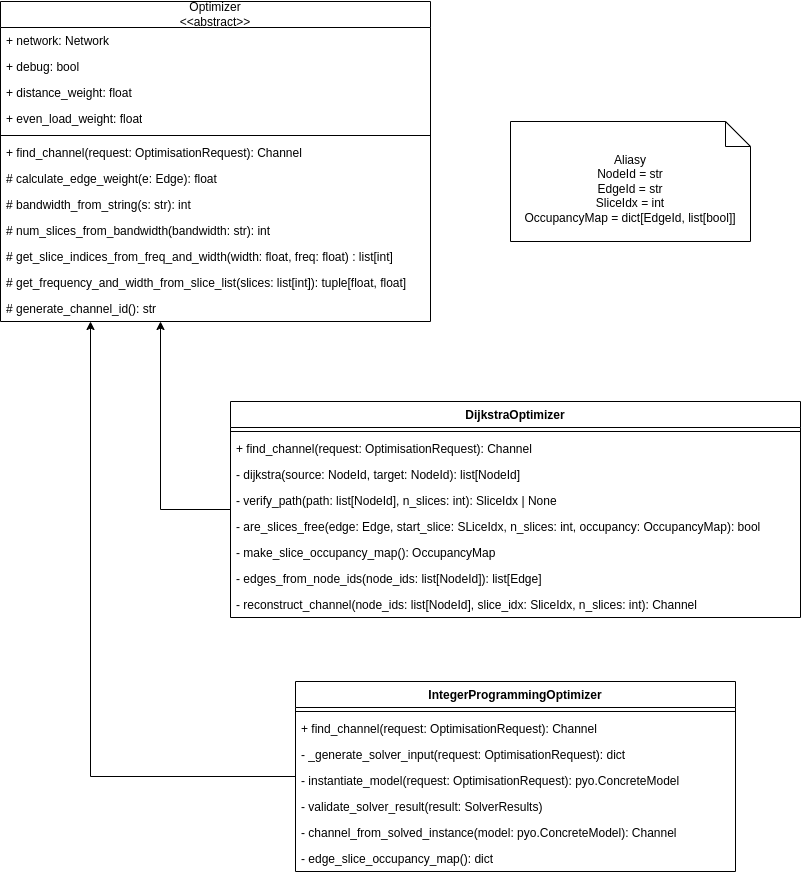
Earlier version of the draw.io export docs/diagrams/backend-optimization.drawio.png (mGarbowski/pzsp2-projekt). Source tidied: cells renumbered, new cells last; positions are measured from the earlier drawing's top-left corner, leaving out a move shared by most shapes. Its diagram source:
```xml
<mxGraphModel>
  <root>
    <mxCell id="0" />
    <mxCell id="1" parent="0" />
    <mxCell id="2" value="Optimizer&lt;div&gt;&amp;lt;&amp;lt;abstract&amp;gt;&amp;gt;&lt;/div&gt;" style="swimlane;fontStyle=0;horizontal=1;startSize=26;fillColor=none;whiteSpace=wrap;html=1;" parent="1" vertex="1">
      <mxGeometry width="430" height="320" as="geometry" />
    </mxCell>
    <mxCell id="3" value="+ network: Network" style="text;strokeColor=none;fillColor=none;align=left;verticalAlign=top;spacingLeft=4;spacingRight=4;overflow=hidden;whiteSpace=wrap;html=1;" parent="2" vertex="1">
      <mxGeometry y="26" width="430" height="26" as="geometry" />
    </mxCell>
    <mxCell id="4" value="+ debug: bool&lt;div&gt;&lt;br&gt;&lt;/div&gt;" style="text;strokeColor=none;fillColor=none;align=left;verticalAlign=top;spacingLeft=4;spacingRight=4;overflow=hidden;whiteSpace=wrap;html=1;" parent="2" vertex="1">
      <mxGeometry y="52" width="430" height="26" as="geometry" />
    </mxCell>
    <mxCell id="5" value="+ distance_weight: float" style="text;strokeColor=none;fillColor=none;align=left;verticalAlign=top;spacingLeft=4;spacingRight=4;overflow=hidden;whiteSpace=wrap;html=1;" parent="2" vertex="1">
      <mxGeometry y="78" width="430" height="26" as="geometry" />
    </mxCell>
    <mxCell id="6" value="+ even_load_weight: float" style="text;strokeColor=none;fillColor=none;align=left;verticalAlign=top;spacingLeft=4;spacingRight=4;overflow=hidden;whiteSpace=wrap;html=1;" parent="2" vertex="1">
      <mxGeometry y="104" width="430" height="26" as="geometry" />
    </mxCell>
    <mxCell id="7" style="line;strokeWidth=1;fillColor=none;align=left;verticalAlign=middle;spacingTop=-1;spacingLeft=3;spacingRight=3;labelPosition=right;strokeColor=inherit;" parent="2" vertex="1">
      <mxGeometry y="130" width="430" height="8" as="geometry" />
    </mxCell>
    <mxCell id="8" value="+ find_channel(request: OptimisationRequest): Channel" style="text;strokeColor=none;fillColor=none;align=left;verticalAlign=top;spacingLeft=4;spacingRight=4;overflow=hidden;whiteSpace=wrap;html=1;" parent="2" vertex="1">
      <mxGeometry y="138" width="430" height="26" as="geometry" />
    </mxCell>
    <mxCell id="9" value="# calculate_edge_weight(e: Edge): float" style="text;strokeColor=none;fillColor=none;align=left;verticalAlign=top;spacingLeft=4;spacingRight=4;overflow=hidden;whiteSpace=wrap;html=1;" parent="2" vertex="1">
      <mxGeometry y="164" width="430" height="26" as="geometry" />
    </mxCell>
    <mxCell id="10" value="# bandwidth_from_string(s: str): int" style="text;strokeColor=none;fillColor=none;align=left;verticalAlign=top;spacingLeft=4;spacingRight=4;overflow=hidden;whiteSpace=wrap;html=1;" parent="2" vertex="1">
      <mxGeometry y="190" width="430" height="26" as="geometry" />
    </mxCell>
    <mxCell id="11" value="# num_slices_from_bandwidth(bandwidth: str): int" style="text;strokeColor=none;fillColor=none;align=left;verticalAlign=top;spacingLeft=4;spacingRight=4;overflow=hidden;whiteSpace=wrap;html=1;" parent="2" vertex="1">
      <mxGeometry y="216" width="430" height="26" as="geometry" />
    </mxCell>
    <mxCell id="12" value="# get_slice_indices_from_freq_and_width(width: float, freq: float) : list[int]" style="text;strokeColor=none;fillColor=none;align=left;verticalAlign=top;spacingLeft=4;spacingRight=4;overflow=hidden;whiteSpace=wrap;html=1;" parent="2" vertex="1">
      <mxGeometry y="242" width="430" height="26" as="geometry" />
    </mxCell>
    <mxCell id="13" value="# get_frequency_and_width_from_slice_list(slices: list[int]): tuple[float, float]" style="text;strokeColor=none;fillColor=none;align=left;verticalAlign=top;spacingLeft=4;spacingRight=4;overflow=hidden;whiteSpace=wrap;html=1;" parent="2" vertex="1">
      <mxGeometry y="268" width="430" height="26" as="geometry" />
    </mxCell>
    <mxCell id="14" value="# generate_channel_id(): str" style="text;strokeColor=none;fillColor=none;align=left;verticalAlign=top;spacingLeft=4;spacingRight=4;overflow=hidden;whiteSpace=wrap;html=1;" parent="2" vertex="1">
      <mxGeometry y="294" width="430" height="26" as="geometry" />
    </mxCell>
    <mxCell id="15" style="edgeStyle=orthogonalEdgeStyle;rounded=0;jettySize=auto;html=1;" parent="1" edge="1" source="16" target="2">
      <mxGeometry relative="1" as="geometry">
        <Array as="points">
          <mxPoint x="160" y="508" />
        </Array>
      </mxGeometry>
    </mxCell>
    <mxCell id="16" value="DijkstraOptimizer" style="swimlane;fontStyle=1;align=center;verticalAlign=top;horizontal=1;startSize=26;whiteSpace=wrap;html=1;" parent="1" vertex="1">
      <mxGeometry x="230" y="400" width="570" height="216" as="geometry" />
    </mxCell>
    <mxCell id="17" style="line;strokeWidth=1;fillColor=none;align=left;verticalAlign=middle;spacingTop=-1;spacingLeft=3;spacingRight=3;labelPosition=right;strokeColor=inherit;" parent="16" vertex="1">
      <mxGeometry y="26" width="570" height="8" as="geometry" />
    </mxCell>
    <mxCell id="18" value="+ find_channel(request: OptimisationRequest): Channel" style="text;strokeColor=none;fillColor=none;align=left;verticalAlign=top;spacingLeft=4;spacingRight=4;overflow=hidden;whiteSpace=wrap;html=1;" parent="16" vertex="1">
      <mxGeometry y="34" width="570" height="26" as="geometry" />
    </mxCell>
    <mxCell id="19" value="- dijkstra(source: NodeId, target: NodeId): list[NodeId]" style="text;strokeColor=none;fillColor=none;align=left;verticalAlign=top;spacingLeft=4;spacingRight=4;overflow=hidden;whiteSpace=wrap;html=1;" parent="16" vertex="1">
      <mxGeometry y="60" width="570" height="26" as="geometry" />
    </mxCell>
    <mxCell id="20" value="- verify_path(path: list[NodeId], n_slices: int): SliceIdx | None" style="text;strokeColor=none;fillColor=none;align=left;verticalAlign=top;spacingLeft=4;spacingRight=4;overflow=hidden;whiteSpace=wrap;html=1;" parent="16" vertex="1">
      <mxGeometry y="86" width="570" height="26" as="geometry" />
    </mxCell>
    <mxCell id="21" value="- are_slices_free(edge: Edge, start_slice: SLiceIdx, n_slices: int, occupancy: OccupancyMap): bool" style="text;strokeColor=none;fillColor=none;align=left;verticalAlign=top;spacingLeft=4;spacingRight=4;overflow=hidden;whiteSpace=wrap;html=1;" parent="16" vertex="1">
      <mxGeometry y="112" width="570" height="26" as="geometry" />
    </mxCell>
    <mxCell id="22" value="- make_slice_occupancy_map(): OccupancyMap" style="text;strokeColor=none;fillColor=none;align=left;verticalAlign=top;spacingLeft=4;spacingRight=4;overflow=hidden;whiteSpace=wrap;html=1;" parent="16" vertex="1">
      <mxGeometry y="138" width="570" height="26" as="geometry" />
    </mxCell>
    <mxCell id="23" value="- edges_from_node_ids(node_ids: list[NodeId]): list[Edge]" style="text;strokeColor=none;fillColor=none;align=left;verticalAlign=top;spacingLeft=4;spacingRight=4;overflow=hidden;whiteSpace=wrap;html=1;" parent="16" vertex="1">
      <mxGeometry y="164" width="570" height="26" as="geometry" />
    </mxCell>
    <mxCell id="24" value="- reconstruct_channel(node_ids: list[NodeId], slice_idx: SliceIdx, n_slices: int): Channel" style="text;strokeColor=none;fillColor=none;align=left;verticalAlign=top;spacingLeft=4;spacingRight=4;overflow=hidden;whiteSpace=wrap;html=1;" parent="16" vertex="1">
      <mxGeometry y="190" width="570" height="26" as="geometry" />
    </mxCell>
    <mxCell id="25" style="edgeStyle=orthogonalEdgeStyle;rounded=0;jettySize=auto;html=1;" parent="1" edge="1" source="26" target="2">
      <mxGeometry relative="1" as="geometry">
        <Array as="points">
          <mxPoint x="90" y="775" />
        </Array>
      </mxGeometry>
    </mxCell>
    <mxCell id="26" value="IntegerProgrammingOptimizer" style="swimlane;fontStyle=1;align=center;verticalAlign=top;horizontal=1;startSize=26;whiteSpace=wrap;html=1;" parent="1" vertex="1">
      <mxGeometry x="295" y="680" width="440" height="190" as="geometry" />
    </mxCell>
    <mxCell id="27" style="line;strokeWidth=1;fillColor=none;align=left;verticalAlign=middle;spacingTop=-1;spacingLeft=3;spacingRight=3;labelPosition=right;strokeColor=inherit;" parent="26" vertex="1">
      <mxGeometry y="26" width="440" height="8" as="geometry" />
    </mxCell>
    <mxCell id="28" value="+ find_channel(request: OptimisationRequest): Channel" style="text;strokeColor=none;fillColor=none;align=left;verticalAlign=top;spacingLeft=4;spacingRight=4;overflow=hidden;whiteSpace=wrap;html=1;" parent="26" vertex="1">
      <mxGeometry y="34" width="440" height="26" as="geometry" />
    </mxCell>
    <mxCell id="29" value="- _generate_solver_input(request: OptimisationRequest): dict" style="text;strokeColor=none;fillColor=none;align=left;verticalAlign=top;spacingLeft=4;spacingRight=4;overflow=hidden;whiteSpace=wrap;html=1;" parent="26" vertex="1">
      <mxGeometry y="60" width="440" height="26" as="geometry" />
    </mxCell>
    <mxCell id="30" value="- instantiate_model(request: OptimisationRequest): pyo.ConcreteModel" style="text;strokeColor=none;fillColor=none;align=left;verticalAlign=top;spacingLeft=4;spacingRight=4;overflow=hidden;whiteSpace=wrap;html=1;" parent="26" vertex="1">
      <mxGeometry y="86" width="440" height="26" as="geometry" />
    </mxCell>
    <mxCell id="31" value="- validate_solver_result(result: SolverResults)" style="text;strokeColor=none;fillColor=none;align=left;verticalAlign=top;spacingLeft=4;spacingRight=4;overflow=hidden;whiteSpace=wrap;html=1;" parent="26" vertex="1">
      <mxGeometry y="112" width="440" height="26" as="geometry" />
    </mxCell>
    <mxCell id="32" value="- channel_from_solved_instance(model: pyo.ConcreteModel): Channel" style="text;strokeColor=none;fillColor=none;align=left;verticalAlign=top;spacingLeft=4;spacingRight=4;overflow=hidden;whiteSpace=wrap;html=1;" parent="26" vertex="1">
      <mxGeometry y="138" width="440" height="26" as="geometry" />
    </mxCell>
    <mxCell id="33" value="- edge_slice_occupancy_map(): dict" style="text;strokeColor=none;fillColor=none;align=left;verticalAlign=top;spacingLeft=4;spacingRight=4;overflow=hidden;whiteSpace=wrap;html=1;" parent="26" vertex="1">
      <mxGeometry y="164" width="440" height="26" as="geometry" />
    </mxCell>
    <mxCell id="34" value="Aliasy&lt;div&gt;NodeId = str&lt;/div&gt;&lt;div&gt;EdgeId = str&lt;/div&gt;&lt;div&gt;SliceIdx = int&lt;/div&gt;&lt;div&gt;OccupancyMap = dict[EdgeId, list[bool]]&lt;/div&gt;" style="shape=note2;boundedLbl=1;whiteSpace=wrap;html=1;size=25;verticalAlign=top;align=center;" parent="1" vertex="1">
      <mxGeometry x="510" y="120" width="240" height="120" as="geometry" />
    </mxCell>
  </root>
</mxGraphModel>
```
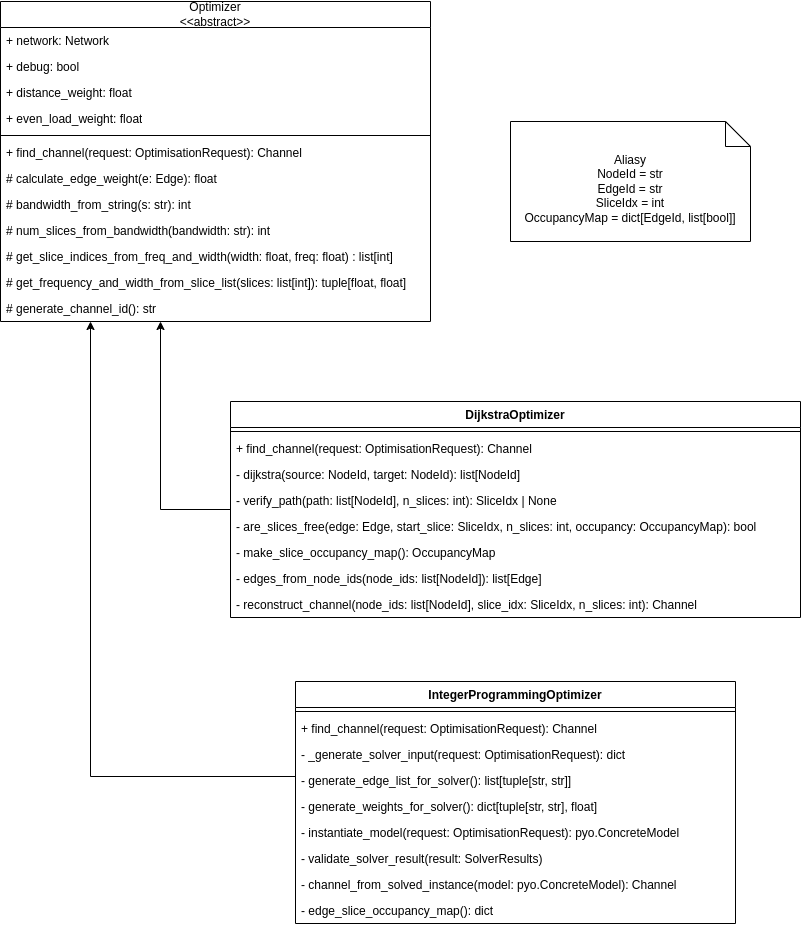
The same file after the commit.

Commit message:
update class diagram for optimizer

Diff of the diagram source:
```diff
@@ -63,7 +63,7 @@
     <mxCell id="20" value="- verify_path(path: list[NodeId], n_slices: int): SliceIdx | None" style="text;strokeColor=none;fillColor=none;align=left;verticalAlign=top;spacingLeft=4;spacingRight=4;overflow=hidden;whiteSpace=wrap;html=1;" parent="16" vertex="1">
       <mxGeometry y="86" width="570" height="26" as="geometry" />
     </mxCell>
-    <mxCell id="21" value="- are_slices_free(edge: Edge, start_slice: SLiceIdx, n_slices: int, occupancy: OccupancyMap): bool" style="text;strokeColor=none;fillColor=none;align=left;verticalAlign=top;spacingLeft=4;spacingRight=4;overflow=hidden;whiteSpace=wrap;html=1;" parent="16" vertex="1">
+    <mxCell id="21" value="- are_slices_free(edge: Edge, start_slice: SliceIdx, n_slices: int, occupancy: OccupancyMap): bool" style="text;strokeColor=none;fillColor=none;align=left;verticalAlign=top;spacingLeft=4;spacingRight=4;overflow=hidden;whiteSpace=wrap;html=1;" parent="16" vertex="1">
       <mxGeometry y="112" width="570" height="26" as="geometry" />
     </mxCell>
     <mxCell id="22" value="- make_slice_occupancy_map(): OccupancyMap" style="text;strokeColor=none;fillColor=none;align=left;verticalAlign=top;spacingLeft=4;spacingRight=4;overflow=hidden;whiteSpace=wrap;html=1;" parent="16" vertex="1">
@@ -83,7 +83,7 @@
       </mxGeometry>
     </mxCell>
     <mxCell id="26" value="IntegerProgrammingOptimizer" style="swimlane;fontStyle=1;align=center;verticalAlign=top;horizontal=1;startSize=26;whiteSpace=wrap;html=1;" parent="1" vertex="1">
-      <mxGeometry x="295" y="680" width="440" height="190" as="geometry" />
+      <mxGeometry x="295" y="680" width="440" height="242" as="geometry" />
     </mxCell>
     <mxCell id="27" style="line;strokeWidth=1;fillColor=none;align=left;verticalAlign=middle;spacingTop=-1;spacingLeft=3;spacingRight=3;labelPosition=right;strokeColor=inherit;" parent="26" vertex="1">
       <mxGeometry y="26" width="440" height="8" as="geometry" />
@@ -94,17 +94,23 @@
     <mxCell id="29" value="- _generate_solver_input(request: OptimisationRequest): dict" style="text;strokeColor=none;fillColor=none;align=left;verticalAlign=top;spacingLeft=4;spacingRight=4;overflow=hidden;whiteSpace=wrap;html=1;" parent="26" vertex="1">
       <mxGeometry y="60" width="440" height="26" as="geometry" />
     </mxCell>
+    <mxCell id="35" value="- generate_edge_list_for_solver(): list[tuple[str, str]]" style="text;strokeColor=none;fillColor=none;align=left;verticalAlign=top;spacingLeft=4;spacingRight=4;overflow=hidden;whiteSpace=wrap;html=1;" parent="26" vertex="1">
+      <mxGeometry y="86" width="440" height="26" as="geometry" />
+    </mxCell>
+    <mxCell id="36" value="- generate_weights_for_solver(): dict[tuple[str, str], float]" style="text;strokeColor=none;fillColor=none;align=left;verticalAlign=top;spacingLeft=4;spacingRight=4;overflow=hidden;whiteSpace=wrap;html=1;" parent="26" vertex="1">
+      <mxGeometry y="112" width="440" height="26" as="geometry" />
+    </mxCell>
     <mxCell id="30" value="- instantiate_model(request: OptimisationRequest): pyo.ConcreteModel" style="text;strokeColor=none;fillColor=none;align=left;verticalAlign=top;spacingLeft=4;spacingRight=4;overflow=hidden;whiteSpace=wrap;html=1;" parent="26" vertex="1">
-      <mxGeometry y="86" width="440" height="26" as="geometry" />
+      <mxGeometry y="138" width="440" height="26" as="geometry" />
     </mxCell>
     <mxCell id="31" value="- validate_solver_result(result: SolverResults)" style="text;strokeColor=none;fillColor=none;align=left;verticalAlign=top;spacingLeft=4;spacingRight=4;overflow=hidden;whiteSpace=wrap;html=1;" parent="26" vertex="1">
-      <mxGeometry y="112" width="440" height="26" as="geometry" />
+      <mxGeometry y="164" width="440" height="26" as="geometry" />
     </mxCell>
     <mxCell id="32" value="- channel_from_solved_instance(model: pyo.ConcreteModel): Channel" style="text;strokeColor=none;fillColor=none;align=left;verticalAlign=top;spacingLeft=4;spacingRight=4;overflow=hidden;whiteSpace=wrap;html=1;" parent="26" vertex="1">
-      <mxGeometry y="138" width="440" height="26" as="geometry" />
+      <mxGeometry y="190" width="440" height="26" as="geometry" />
     </mxCell>
     <mxCell id="33" value="- edge_slice_occupancy_map(): dict" style="text;strokeColor=none;fillColor=none;align=left;verticalAlign=top;spacingLeft=4;spacingRight=4;overflow=hidden;whiteSpace=wrap;html=1;" parent="26" vertex="1">
-      <mxGeometry y="164" width="440" height="26" as="geometry" />
+      <mxGeometry y="216" width="440" height="26" as="geometry" />
     </mxCell>
     <mxCell id="34" value="Aliasy&lt;div&gt;NodeId = str&lt;/div&gt;&lt;div&gt;EdgeId = str&lt;/div&gt;&lt;div&gt;SliceIdx = int&lt;/div&gt;&lt;div&gt;OccupancyMap = dict[EdgeId, list[bool]]&lt;/div&gt;" style="shape=note2;boundedLbl=1;whiteSpace=wrap;html=1;size=25;verticalAlign=top;align=center;" parent="1" vertex="1">
       <mxGeometry x="510" y="120" width="240" height="120" as="geometry" />
```
